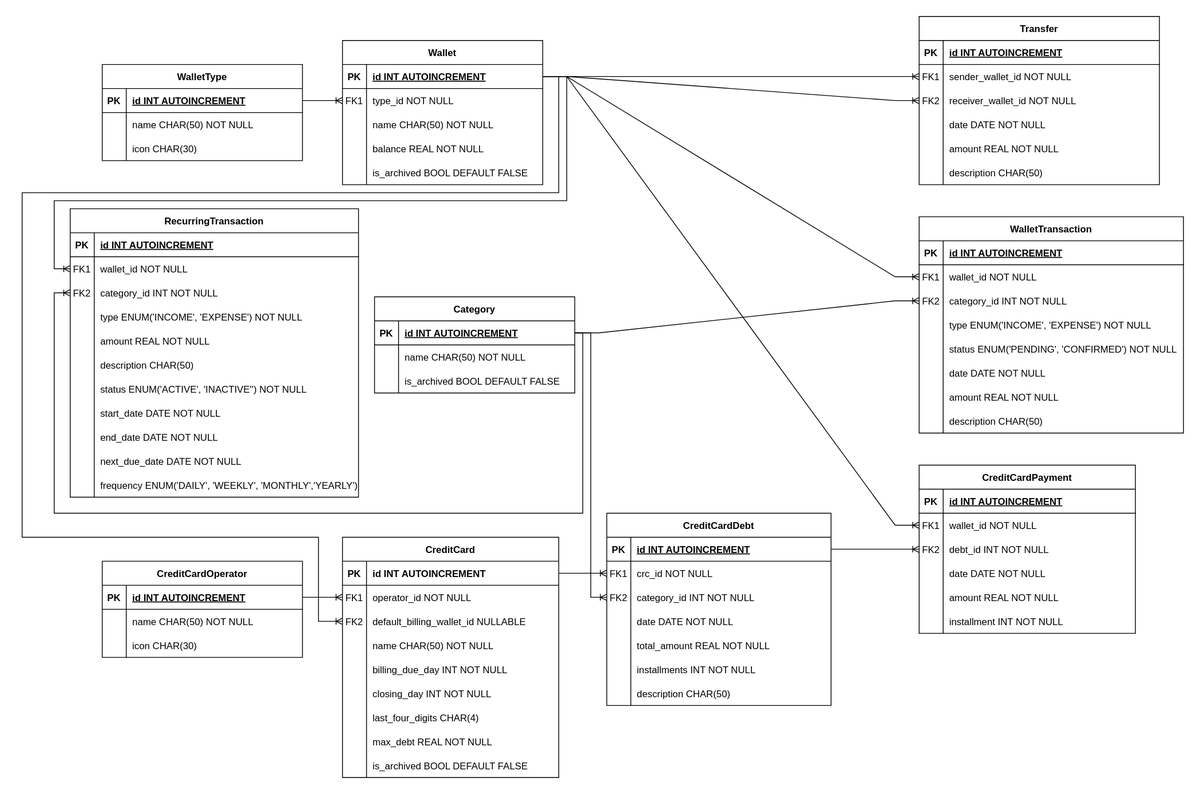
This is docs/diagram/db_model.svg from luk3rr/MY_MONEY, a draw.io export, as it was before one commit. Source tidied: cells renumbered, new cells last; positions are measured from the earlier drawing's top-left corner, leaving out a move shared by most shapes.
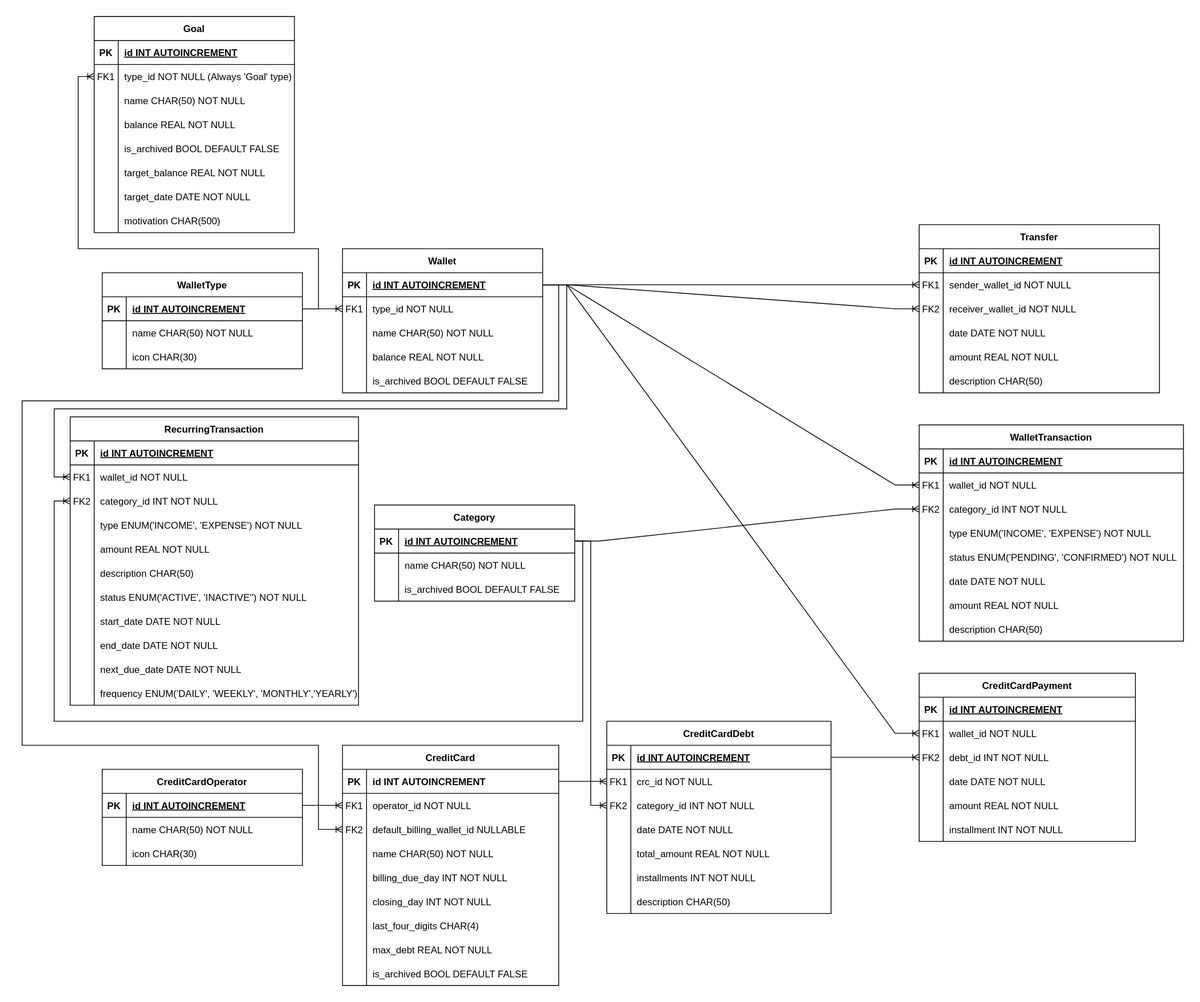
Above is the later version.

Commit message:
Criar classe de serviço para Goal

What changed in the source:
```diff
@@ -672,5 +672,90 @@
         </Array>
       </mxGeometry>
     </mxCell>
+    <mxCell id="211" value="Goal" style="shape=table;startSize=30;rowLines=0;fontStyle=1;align=center;" parent="1" vertex="1">
+      <mxGeometry x="90" y="-260" width="250" height="270" as="geometry" />
+    </mxCell>
+    <mxCell id="212" style="shape=partialRectangle;fillColor=none;top=0;left=0;right=0;bottom=1;" parent="211" vertex="1">
+      <mxGeometry y="30" width="250" height="30" as="geometry" />
+    </mxCell>
+    <mxCell id="213" value="PK" style="shape=partialRectangle;overflow=hidden;fillColor=none;top=0;left=0;bottom=0;right=0;fontStyle=1;" parent="212" vertex="1">
+      <mxGeometry width="30" height="30" as="geometry" />
+    </mxCell>
+    <mxCell id="214" value="id INT AUTOINCREMENT" style="shape=partialRectangle;overflow=hidden;fillColor=none;top=0;left=0;bottom=0;right=0;align=left;spacingLeft=6;fontStyle=5;" parent="212" vertex="1">
+      <mxGeometry x="30" width="220" height="30" as="geometry" />
+    </mxCell>
+    <mxCell id="215" style="shape=partialRectangle;fillColor=none;points=[[0,0.5],[1,0.5]];portConstraint=eastwest;top=0;left=0;right=0;bottom=0;" parent="211" vertex="1">
+      <mxGeometry y="60" width="250" height="30" as="geometry" />
+    </mxCell>
+    <mxCell id="216" value="FK1" style="shape=partialRectangle;overflow=hidden;fillColor=none;top=0;left=0;bottom=0;right=0;" parent="215" vertex="1">
+      <mxGeometry width="30" height="30" as="geometry" />
+    </mxCell>
+    <mxCell id="217" value="type_id NOT NULL (Always 'Goal' type)" style="shape=partialRectangle;overflow=hidden;fillColor=none;top=0;left=0;bottom=0;right=0;align=left;spacingLeft=6;" parent="215" vertex="1">
+      <mxGeometry x="30" width="220" height="30" as="geometry" />
+    </mxCell>
+    <mxCell id="218" style="shape=partialRectangle;fillColor=none;top=0;left=0;right=0;bottom=0;" parent="211" vertex="1">
+      <mxGeometry y="90" width="250" height="30" as="geometry" />
+    </mxCell>
+    <mxCell id="219" style="shape=partialRectangle;overflow=hidden;fillColor=none;top=0;left=0;bottom=0;right=0;" parent="218" vertex="1">
+      <mxGeometry width="30" height="30" as="geometry" />
+    </mxCell>
+    <mxCell id="220" value="name CHAR(50) NOT NULL" style="shape=partialRectangle;overflow=hidden;fillColor=none;top=0;left=0;bottom=0;right=0;align=left;spacingLeft=6;" parent="218" vertex="1">
+      <mxGeometry x="30" width="220" height="30" as="geometry" />
+    </mxCell>
+    <mxCell id="221" style="shape=partialRectangle;fillColor=none;top=0;left=0;right=0;bottom=0;" parent="211" vertex="1">
+      <mxGeometry y="120" width="250" height="30" as="geometry" />
+    </mxCell>
+    <mxCell id="222" style="shape=partialRectangle;overflow=hidden;fillColor=none;top=0;left=0;bottom=0;right=0;" parent="221" vertex="1">
+      <mxGeometry width="30" height="30" as="geometry" />
+    </mxCell>
+    <mxCell id="223" value="balance REAL NOT NULL" style="shape=partialRectangle;overflow=hidden;fillColor=none;top=0;left=0;bottom=0;right=0;align=left;spacingLeft=6;" parent="221" vertex="1">
+      <mxGeometry x="30" width="220" height="30" as="geometry" />
+    </mxCell>
+    <mxCell id="224" style="shape=partialRectangle;fillColor=none;top=0;left=0;right=0;bottom=0;" parent="211" vertex="1">
+      <mxGeometry y="150" width="250" height="30" as="geometry" />
+    </mxCell>
+    <mxCell id="225" style="shape=partialRectangle;overflow=hidden;fillColor=none;top=0;left=0;bottom=0;right=0;" parent="224" vertex="1">
+      <mxGeometry width="30" height="30" as="geometry" />
+    </mxCell>
+    <mxCell id="226" value="is_archived BOOL DEFAULT FALSE" style="shape=partialRectangle;overflow=hidden;fillColor=none;top=0;left=0;bottom=0;right=0;align=left;spacingLeft=6;" parent="224" vertex="1">
+      <mxGeometry x="30" width="220" height="30" as="geometry" />
+    </mxCell>
+    <mxCell id="227" style="shape=partialRectangle;fillColor=none;top=0;left=0;right=0;bottom=0;" parent="211" vertex="1">
+      <mxGeometry y="180" width="250" height="30" as="geometry" />
+    </mxCell>
+    <mxCell id="228" style="shape=partialRectangle;overflow=hidden;fillColor=none;top=0;left=0;bottom=0;right=0;" parent="227" vertex="1">
+      <mxGeometry width="30" height="30" as="geometry" />
+    </mxCell>
+    <mxCell id="229" value="target_balance REAL NOT NULL" style="shape=partialRectangle;overflow=hidden;fillColor=none;top=0;left=0;bottom=0;right=0;align=left;spacingLeft=6;" parent="227" vertex="1">
+      <mxGeometry x="30" width="220" height="30" as="geometry" />
+    </mxCell>
+    <mxCell id="230" style="shape=partialRectangle;fillColor=none;top=0;left=0;right=0;bottom=0;" parent="211" vertex="1">
+      <mxGeometry y="210" width="250" height="30" as="geometry" />
+    </mxCell>
+    <mxCell id="231" style="shape=partialRectangle;overflow=hidden;fillColor=none;top=0;left=0;bottom=0;right=0;" parent="230" vertex="1">
+      <mxGeometry width="30" height="30" as="geometry" />
+    </mxCell>
+    <mxCell id="232" value="target_date DATE NOT NULL" style="shape=partialRectangle;overflow=hidden;fillColor=none;top=0;left=0;bottom=0;right=0;align=left;spacingLeft=6;" parent="230" vertex="1">
+      <mxGeometry x="30" width="220" height="30" as="geometry" />
+    </mxCell>
+    <mxCell id="233" style="shape=partialRectangle;fillColor=none;top=0;left=0;right=0;bottom=0;" parent="211" vertex="1">
+      <mxGeometry y="240" width="250" height="30" as="geometry" />
+    </mxCell>
+    <mxCell id="234" style="shape=partialRectangle;overflow=hidden;fillColor=none;top=0;left=0;bottom=0;right=0;" parent="233" vertex="1">
+      <mxGeometry width="30" height="30" as="geometry" />
+    </mxCell>
+    <mxCell id="235" value="motivation CHAR(500)" style="shape=partialRectangle;overflow=hidden;fillColor=none;top=0;left=0;bottom=0;right=0;align=left;spacingLeft=6;" parent="233" vertex="1">
+      <mxGeometry x="30" width="220" height="30" as="geometry" />
+    </mxCell>
+    <mxCell id="236" style="edgeStyle=orthogonalEdgeStyle;fontSize=12;html=1;endArrow=ERoneToMany;rounded=0;exitX=1;exitY=0.5;exitDx=0;exitDy=0;entryX=0;entryY=0.5;entryDx=0;entryDy=0;" parent="1" edge="1" source="163" target="215">
+      <mxGeometry relative="1" as="geometry">
+        <Array as="points">
+          <mxPoint x="370" y="105" />
+          <mxPoint x="370" y="30" />
+          <mxPoint x="70" y="30" />
+          <mxPoint x="70" y="-185" />
+        </Array>
+      </mxGeometry>
+    </mxCell>
   </root>
 </mxGraphModel>
```
